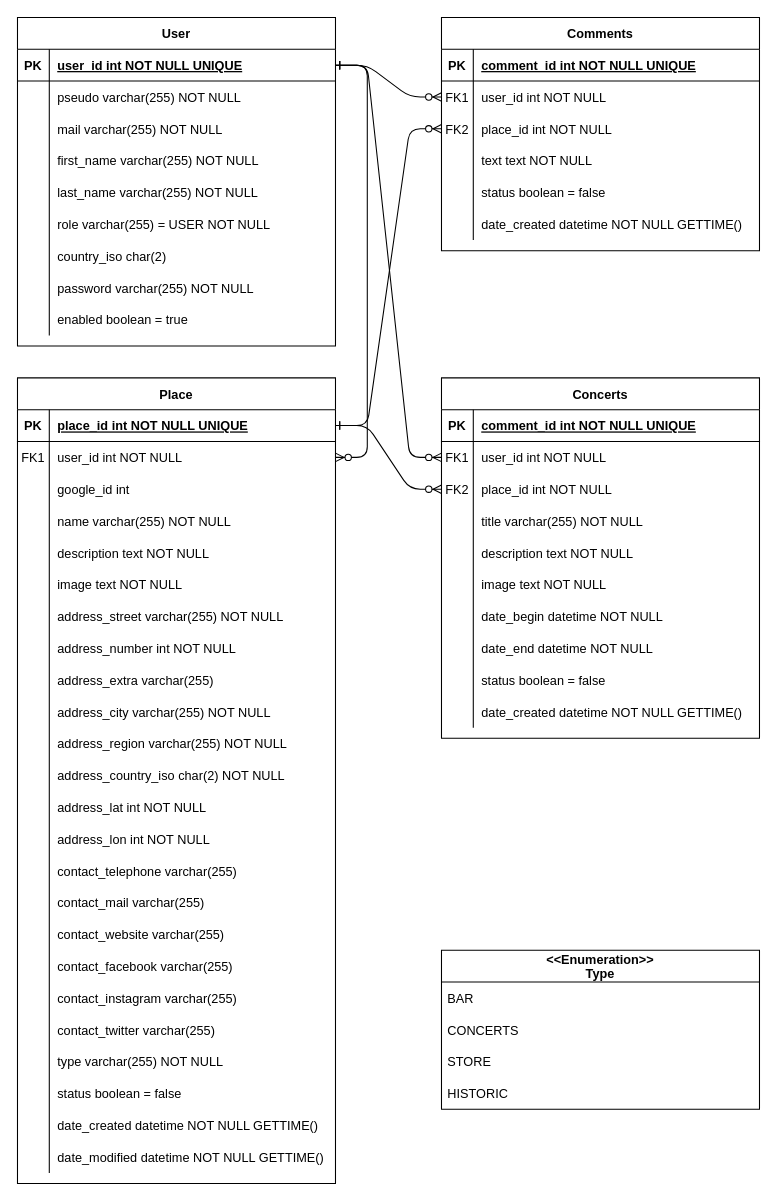
Earlier version of the draw.io diagram backend/uml_class_diagram.drawio (peppecuci/metaltravelguide). Source tidied: cells renumbered, new cells numbered last; positions are measured from the earlier drawing's top-left corner, leaving out a move shared by most shapes. Both pictures are drawn from the tidied source at 106%, with x=0, y=0 at pixel (17, 17).
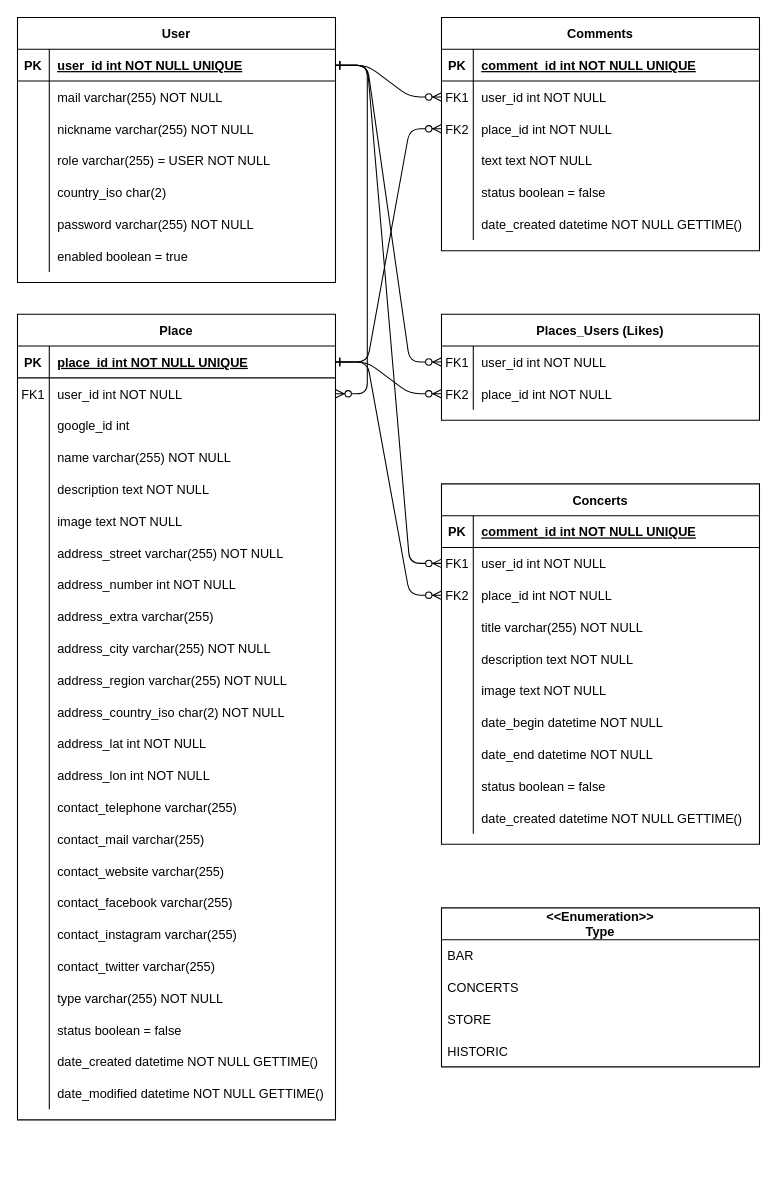
The same page after the edit.

Commit message (it also covers changes not shown here):
Fixed likes system in backend

Unchanged cells that the change refers to:
```xml
<mxCell id="5" style="shape=partialRectangle;fillColor=none;points=[[0,0.5],[1,0.5]];portConstraint=eastwest;top=0;left=0;right=0;bottom=1;" parent="4" vertex="1">
  <mxGeometry y="30" width="300" height="30" as="geometry" />
</mxCell>
<mxCell id="97" style="shape=partialRectangle;fillColor=none;points=[[0,0.5],[1,0.5]];portConstraint=eastwest;top=0;left=0;right=0;bottom=1;" parent="96" vertex="1">
  <mxGeometry y="30" width="300" height="30" as="geometry" />
</mxCell>
<mxCell id="100" style="shape=partialRectangle;fillColor=none;top=0;left=0;right=0;bottom=0;" parent="96" vertex="1">
  <mxGeometry y="60" width="300" height="30" as="geometry" />
</mxCell>
<mxCell id="103" style="shape=partialRectangle;fillColor=none;top=0;left=0;right=0;bottom=0;" parent="96" vertex="1">
  <mxGeometry y="90" width="300" height="30" as="geometry" />
</mxCell>
```

Change to the diagram source:
```diff
@@
     <mxCell id="4" value="Place" style="shape=table;startSize=30;childLayout=tableLayout;rowLines=0;fontStyle=1;align=center;" parent="1" vertex="1">
-      <mxGeometry y="340" width="300" height="760" as="geometry" />
+      <mxGeometry y="280" width="300" height="760" as="geometry" />
     </mxCell>
@@
     <mxCell id="96" value="User" style="shape=table;startSize=30;childLayout=tableLayout;rowLines=0;fontStyle=1;align=center;" parent="1" vertex="1">
-      <mxGeometry width="300" height="310" as="geometry" />
+      <mxGeometry width="300" height="250" as="geometry" />
     </mxCell>
@@
-    <mxCell id="102" value="pseudo varchar(255) NOT NULL" style="shape=partialRectangle;overflow=hidden;fillColor=none;top=0;left=0;bottom=0;right=0;align=left;spacingLeft=6;" parent="100" vertex="1">
+    <mxCell id="102" value="mail varchar(255) NOT NULL" style="shape=partialRectangle;overflow=hidden;fillColor=none;top=0;left=0;bottom=0;right=0;align=left;spacingLeft=6;" parent="100" vertex="1">
       <mxGeometry x="30" width="270" height="30" as="geometry" />
     </mxCell>
@@
-    <mxCell id="105" value="mail varchar(255) NOT NULL" style="shape=partialRectangle;overflow=hidden;fillColor=none;top=0;left=0;bottom=0;right=0;align=left;spacingLeft=6;" parent="103" vertex="1">
+    <mxCell id="105" value="nickname varchar(255) NOT NULL" style="shape=partialRectangle;overflow=hidden;fillColor=none;top=0;left=0;bottom=0;right=0;align=left;spacingLeft=6;" parent="103" vertex="1">
       <mxGeometry x="30" width="270" height="30" as="geometry" />
     </mxCell>
-    <mxCell id="106" style="shape=partialRectangle;fillColor=none;top=0;left=0;right=0;bottom=0;" parent="96" vertex="1">
-      <mxGeometry y="120" width="300" height="30" as="geometry" />
-    </mxCell>
-    <mxCell id="107" style="shape=partialRectangle;overflow=hidden;fillColor=none;top=0;left=0;bottom=0;right=0;" parent="106" vertex="1">
-      <mxGeometry width="30" height="30" as="geometry" />
-    </mxCell>
-    <mxCell id="108" value="first_name varchar(255) NOT NULL" style="shape=partialRectangle;overflow=hidden;fillColor=none;top=0;left=0;bottom=0;right=0;align=left;spacingLeft=6;" parent="106" vertex="1">
-      <mxGeometry x="30" width="270" height="30" as="geometry" />
-    </mxCell>
-    <mxCell id="109" style="shape=partialRectangle;fillColor=none;top=0;left=0;right=0;bottom=0;" parent="96" vertex="1">
-      <mxGeometry y="150" width="300" height="30" as="geometry" />
-    </mxCell>
-    <mxCell id="110" style="shape=partialRectangle;overflow=hidden;fillColor=none;top=0;left=0;bottom=0;right=0;" parent="109" vertex="1">
-      <mxGeometry width="30" height="30" as="geometry" />
-    </mxCell>
-    <mxCell id="111" value="last_name varchar(255) NOT NULL" style="shape=partialRectangle;overflow=hidden;fillColor=none;top=0;left=0;bottom=0;right=0;align=left;spacingLeft=6;" parent="109" vertex="1">
-      <mxGeometry x="30" width="270" height="30" as="geometry" />
-    </mxCell>
     <mxCell id="112" style="shape=partialRectangle;fillColor=none;top=0;left=0;right=0;bottom=0;" parent="96" vertex="1">
-      <mxGeometry y="180" width="300" height="30" as="geometry" />
+      <mxGeometry y="120" width="300" height="30" as="geometry" />
     </mxCell>
@@
     <mxCell id="115" style="shape=partialRectangle;fillColor=none;top=0;left=0;right=0;bottom=0;" parent="96" vertex="1">
-      <mxGeometry y="210" width="300" height="30" as="geometry" />
+      <mxGeometry y="150" width="300" height="30" as="geometry" />
     </mxCell>
@@
     <mxCell id="118" style="shape=partialRectangle;fillColor=none;top=0;left=0;right=0;bottom=0;" parent="96" vertex="1">
-      <mxGeometry y="240" width="300" height="30" as="geometry" />
+      <mxGeometry y="180" width="300" height="30" as="geometry" />
     </mxCell>
@@
     <mxCell id="121" style="shape=partialRectangle;fillColor=none;top=0;left=0;right=0;bottom=0;" parent="96" vertex="1">
-      <mxGeometry y="270" width="300" height="30" as="geometry" />
+      <mxGeometry y="210" width="300" height="30" as="geometry" />
     </mxCell>
@@
     <mxCell id="125" value="&lt;&lt;Enumeration&gt;&gt;&#10;Type" style="swimlane;fontStyle=1;horizontal=1;startSize=30;" parent="1" vertex="1">
-      <mxGeometry x="400" y="880" width="300" height="150" as="geometry" />
+      <mxGeometry x="400" y="840" width="300" height="150" as="geometry" />
     </mxCell>
@@
     <mxCell id="130" value="Concerts" style="shape=table;startSize=30;childLayout=tableLayout;rowLines=0;fontStyle=1;align=center;" parent="1" vertex="1">
-      <mxGeometry x="400" y="340" width="300" height="340" as="geometry" />
+      <mxGeometry x="400" y="440" width="300" height="340" as="geometry" />
     </mxCell>
@@
+    <mxCell id="163" value="Places_Users (Likes)" style="shape=table;startSize=30;childLayout=tableLayout;rowLines=0;fontStyle=1;align=center;" parent="1" vertex="1">
+      <mxGeometry x="400" y="280" width="300" height="100" as="geometry" />
+    </mxCell>
+    <mxCell id="164" style="shape=partialRectangle;fillColor=none;points=[[0,0.5],[1,0.5]];portConstraint=eastwest;top=0;left=0;right=0;bottom=0;" parent="163" vertex="1">
+      <mxGeometry y="30" width="300" height="30" as="geometry" />
+    </mxCell>
+    <mxCell id="165" value="FK1" style="shape=partialRectangle;overflow=hidden;fillColor=none;top=0;left=0;bottom=0;right=0;" parent="164" vertex="1">
+      <mxGeometry width="30" height="30" as="geometry" />
+    </mxCell>
+    <mxCell id="166" value="user_id int NOT NULL" style="shape=partialRectangle;overflow=hidden;fillColor=none;top=0;left=0;bottom=0;right=0;align=left;spacingLeft=6;" parent="164" vertex="1">
+      <mxGeometry x="30" width="270" height="30" as="geometry" />
+    </mxCell>
+    <mxCell id="167" style="shape=partialRectangle;fillColor=none;points=[[0,0.5],[1,0.5]];portConstraint=eastwest;top=0;left=0;right=0;bottom=0;" parent="163" vertex="1">
+      <mxGeometry y="60" width="300" height="30" as="geometry" />
+    </mxCell>
+    <mxCell id="168" value="FK2" style="shape=partialRectangle;overflow=hidden;fillColor=none;top=0;left=0;bottom=0;right=0;" parent="167" vertex="1">
+      <mxGeometry width="30" height="30" as="geometry" />
+    </mxCell>
+    <mxCell id="169" value="place_id int NOT NULL" style="shape=partialRectangle;overflow=hidden;fillColor=none;top=0;left=0;bottom=0;right=0;align=left;spacingLeft=6;" parent="167" vertex="1">
+      <mxGeometry x="30" width="270" height="30" as="geometry" />
+    </mxCell>
+    <mxCell id="170" style="edgeStyle=entityRelationEdgeStyle;endArrow=ERzeroToMany;startArrow=ERone;endFill=1;startFill=0;entryX=0;entryY=0.5;entryDx=0;entryDy=0;exitX=1;exitY=0.5;exitDx=0;exitDy=0;" parent="1" edge="1" source="5" target="167">
+      <mxGeometry relative="1" as="geometry" />
+    </mxCell>
+    <mxCell id="171" style="edgeStyle=entityRelationEdgeStyle;endArrow=ERzeroToMany;startArrow=ERone;endFill=1;startFill=0;exitX=1;exitY=0.5;exitDx=0;exitDy=0;entryX=0;entryY=0.5;entryDx=0;entryDy=0;" parent="1" edge="1" source="97" target="164">
+      <mxGeometry relative="1" as="geometry" />
+    </mxCell>
```
